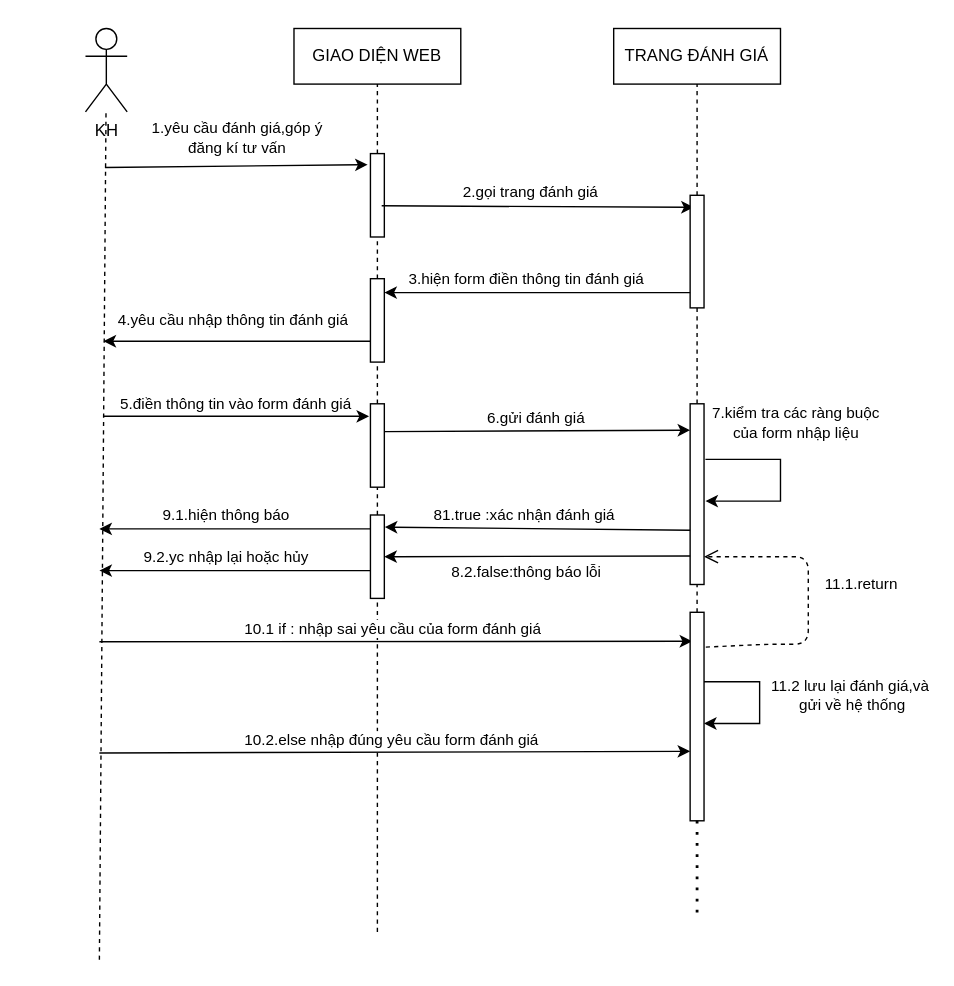
Above: page "bán\" (4 of 8) of sequnece.drawio in trucka312/diagram (draw.io), before the change. Source tidied: cells renumbered, new cells numbered last; positions are measured from the earlier drawing's top-left corner, leaving out a move shared by most shapes. Both pictures are drawn from the tidied source at 139%, with x=0, y=0 at pixel (85, 28).
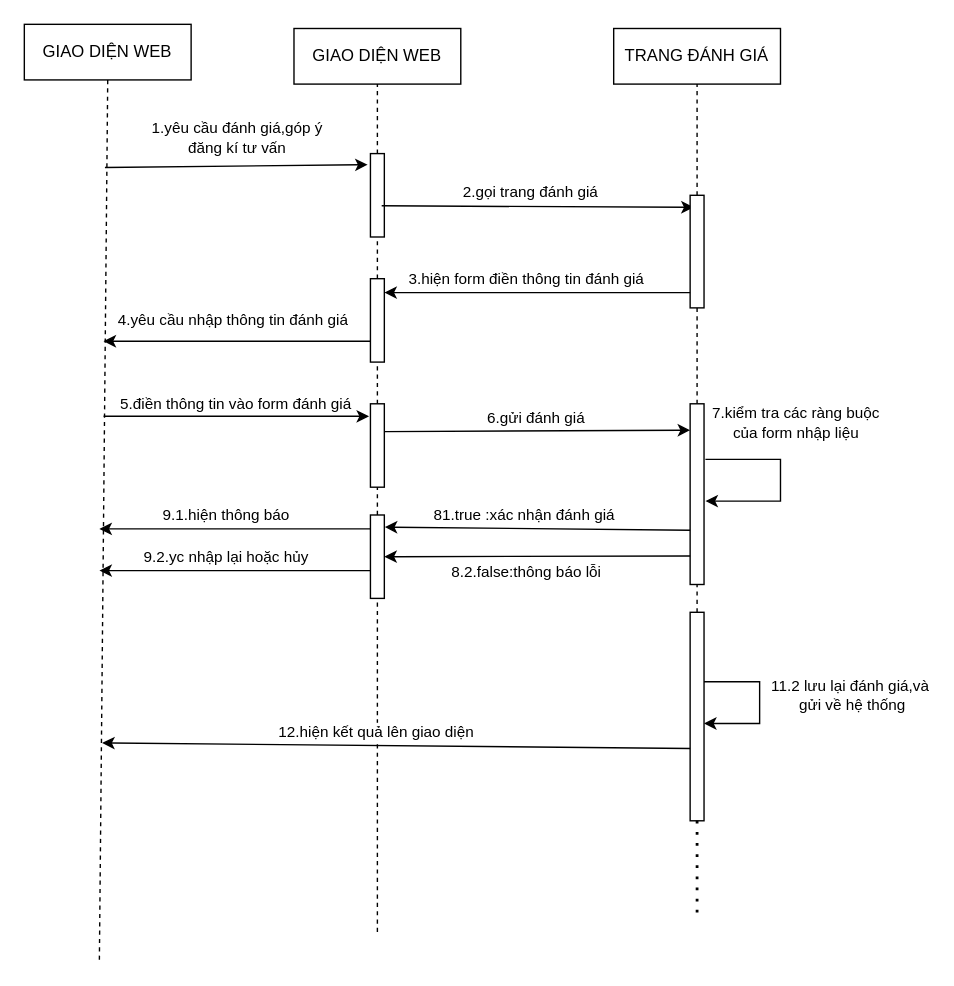
The same diagram, later.

The change refers to these unchanged cells:
```xml
<mxCell id="32" style="rounded=0;whiteSpace=wrap;html=1;" parent="1" vertex="1">
  <mxGeometry x="435" y="420" width="10" height="150" as="geometry" />
</mxCell>
```

The edit, as a diff of the source:
```diff
@@
-    <mxCell id="2" value="KH" style="shape=umlActor;verticalLabelPosition=bottom;verticalAlign=top;html=1;outlineConnect=0;" parent="1" vertex="1">
-      <mxGeometry width="30" height="60" as="geometry" />
-    </mxCell>
@@
-    <mxCell id="7" style="endArrow=none;dashed=1;html=1;rounded=0;" parent="1" edge="1" target="2">
+    <mxCell id="7" style="endArrow=none;dashed=1;html=1;rounded=0;entryX=0.5;entryY=1;entryDx=0;entryDy=0;" parent="1" edge="1" target="37">
       <mxGeometry relative="1" as="geometry">
         <mxPoint x="10" y="670" as="sourcePoint" />
       </mxGeometry>
     </mxCell>
@@
-    <mxCell id="31" value="10.1 if : nhập sai yêu cầu của form đánh giá" style="endArrow=classic;html=1;rounded=0;entryX=0.145;entryY=0.139;entryDx=0;entryDy=0;entryPerimeter=0;" parent="1" edge="1" target="32">
-      <mxGeometry x="-0.01" y="9" relative="1" as="geometry">
-        <mxPoint x="10" y="441.2" as="sourcePoint" />
-      </mxGeometry>
-    </mxCell>
@@
-    <mxCell id="33" value="11.1.return " style="verticalAlign=bottom;endArrow=open;dashed=1;endSize=8;shadow=0;strokeWidth=1;exitX=1.127;exitY=0.167;exitDx=0;exitDy=0;exitPerimeter=0;" parent="1" edge="1" source="32">
-      <mxGeometry x="0.02" y="-40" relative="1" as="geometry">
-        <mxPoint x="445" y="380" as="targetPoint" />
-        <Array as="points">
-          <mxPoint x="490" y="443" />
-          <mxPoint x="520" y="443" />
-          <mxPoint x="520" y="380" />
-        </Array>
-      </mxGeometry>
-    </mxCell>
-    <mxCell id="34" value="10.2.else nhập đúng yêu cầu form đánh giá" style="endArrow=classic;html=1;rounded=0;entryX=0;entryY=0.667;entryDx=0;entryDy=0;entryPerimeter=0;" parent="1" edge="1" target="32">
-      <mxGeometry x="-0.01" y="9" relative="1" as="geometry">
-        <mxPoint x="10" y="521.2" as="sourcePoint" />
-      </mxGeometry>
-    </mxCell>
@@
+    <mxCell id="37" value="GIAO DIỆN WEB" style="rounded=0;whiteSpace=wrap;html=1;" parent="1" vertex="1">
+      <mxGeometry x="-44" y="-3" width="120" height="40" as="geometry" />
+    </mxCell>
+    <mxCell id="38" value="12.hiện kết quả lên giao diện" style="endArrow=classic;html=1;rounded=0;" parent="1" edge="1">
+      <mxGeometry x="0.07" y="-10" relative="1" as="geometry">
+        <mxPoint x="435" y="518" as="sourcePoint" />
+        <mxPoint x="12" y="514" as="targetPoint" />
+      </mxGeometry>
+    </mxCell>
```
